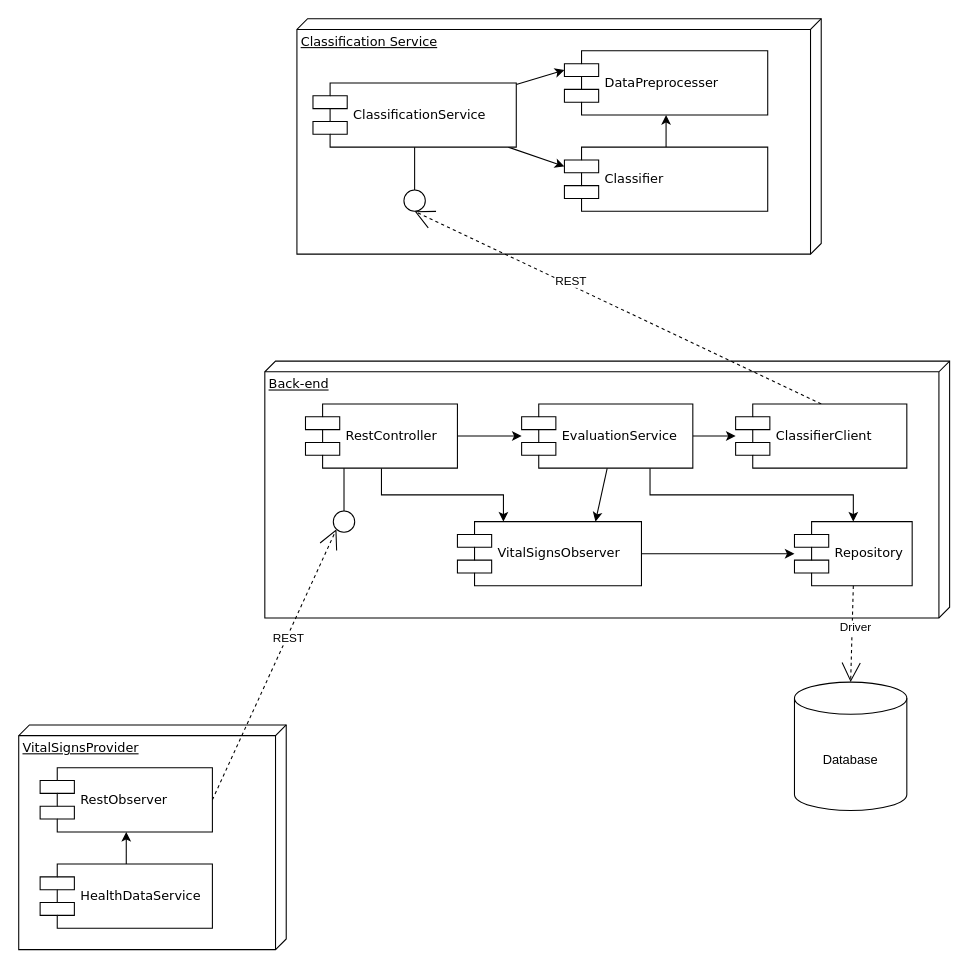
Earlier version of the draw.io diagram diagrams/ComponentDiagram.drawio (hollepat/VirtualDoctor_). Source tidied: cells renumbered, new cells numbered last; positions are measured from the earlier drawing's top-left corner, leaving out a move shared by most shapes. Both pictures are drawn from the tidied source at 107%, with x=0, y=0 at pixel (18, 18).
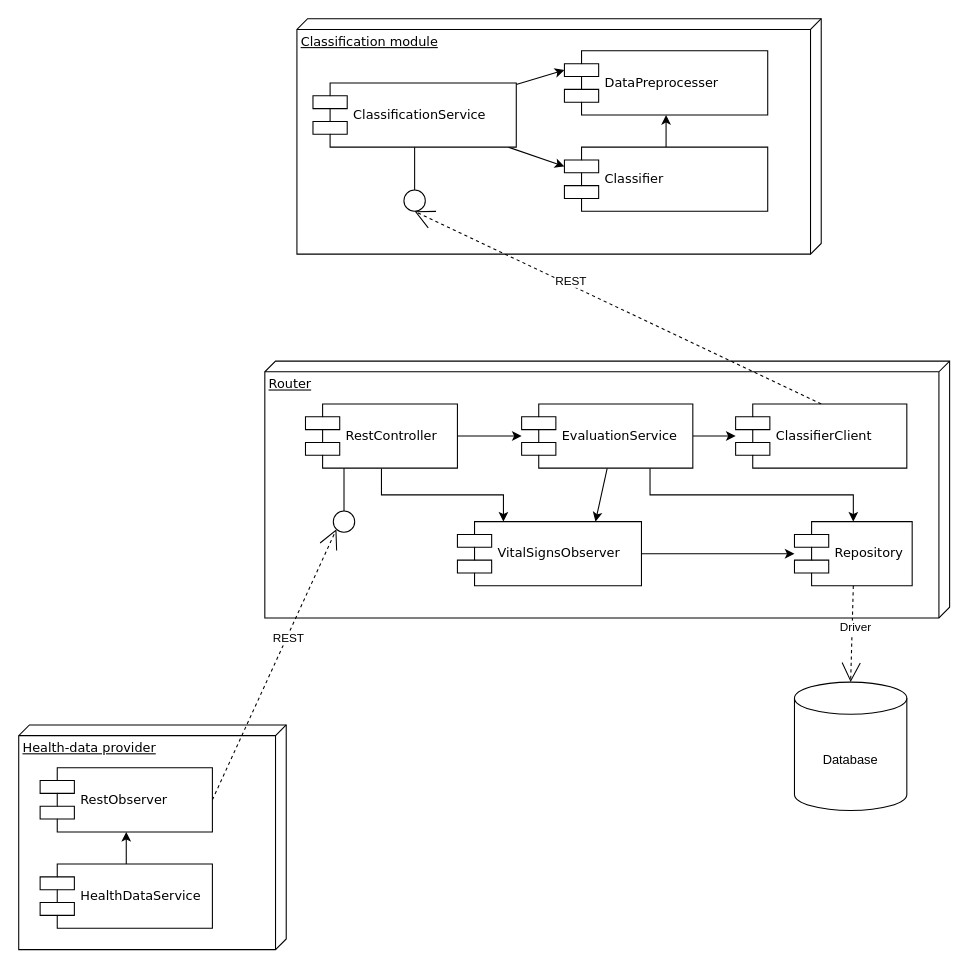
The same page after the edit.

The change refers to these unchanged cells:
```xml
<mxCell id="22" style="group;" parent="1" vertex="1">
  <mxGeometry x="260" width="490" height="220" as="geometry" />
</mxCell>
```

What changed in the source:
```diff
@@
-    <mxCell id="2" value="Back-end" style="verticalAlign=top;align=left;spacingTop=8;spacingLeft=2;spacingRight=12;shape=cube;size=10;direction=south;fontStyle=4;html=1;rounded=0;shadow=0;comic=0;labelBackgroundColor=none;strokeWidth=1;fontFamily=Verdana;fontSize=12;" parent="1" vertex="1">
+    <mxCell id="2" value="Router" style="verticalAlign=top;align=left;spacingTop=8;spacingLeft=2;spacingRight=12;shape=cube;size=10;direction=south;fontStyle=4;html=1;rounded=0;shadow=0;comic=0;labelBackgroundColor=none;strokeWidth=1;fontFamily=Verdana;fontSize=12;" parent="1" vertex="1">
       <mxGeometry x="230" y="320" width="640" height="240" as="geometry" />
     </mxCell>
@@
-    <mxCell id="16" value="VitalSignsProvider" style="verticalAlign=top;align=left;spacingTop=8;spacingLeft=2;spacingRight=12;shape=cube;size=10;direction=south;fontStyle=4;html=1;rounded=0;shadow=0;comic=0;labelBackgroundColor=none;strokeWidth=1;fontFamily=Verdana;fontSize=12;" parent="1" vertex="1">
+    <mxCell id="16" value="Health-data provider" style="verticalAlign=top;align=left;spacingTop=8;spacingLeft=2;spacingRight=12;shape=cube;size=10;direction=south;fontStyle=4;html=1;rounded=0;shadow=0;comic=0;labelBackgroundColor=none;strokeWidth=1;fontFamily=Verdana;fontSize=12;" parent="1" vertex="1">
       <mxGeometry y="660" width="250" height="210" as="geometry" />
     </mxCell>
@@
-    <mxCell id="23" value="Classification Service" style="verticalAlign=top;align=left;spacingTop=8;spacingLeft=2;spacingRight=12;shape=cube;size=10;direction=south;fontStyle=4;html=1;rounded=0;shadow=0;comic=0;labelBackgroundColor=none;strokeWidth=1;fontFamily=Verdana;fontSize=12;" parent="22" vertex="1">
+    <mxCell id="23" value="Classification module" style="verticalAlign=top;align=left;spacingTop=8;spacingLeft=2;spacingRight=12;shape=cube;size=10;direction=south;fontStyle=4;html=1;rounded=0;shadow=0;comic=0;labelBackgroundColor=none;strokeWidth=1;fontFamily=Verdana;fontSize=12;" parent="22" vertex="1">
       <mxGeometry width="490" height="220" as="geometry" />
     </mxCell>
```
